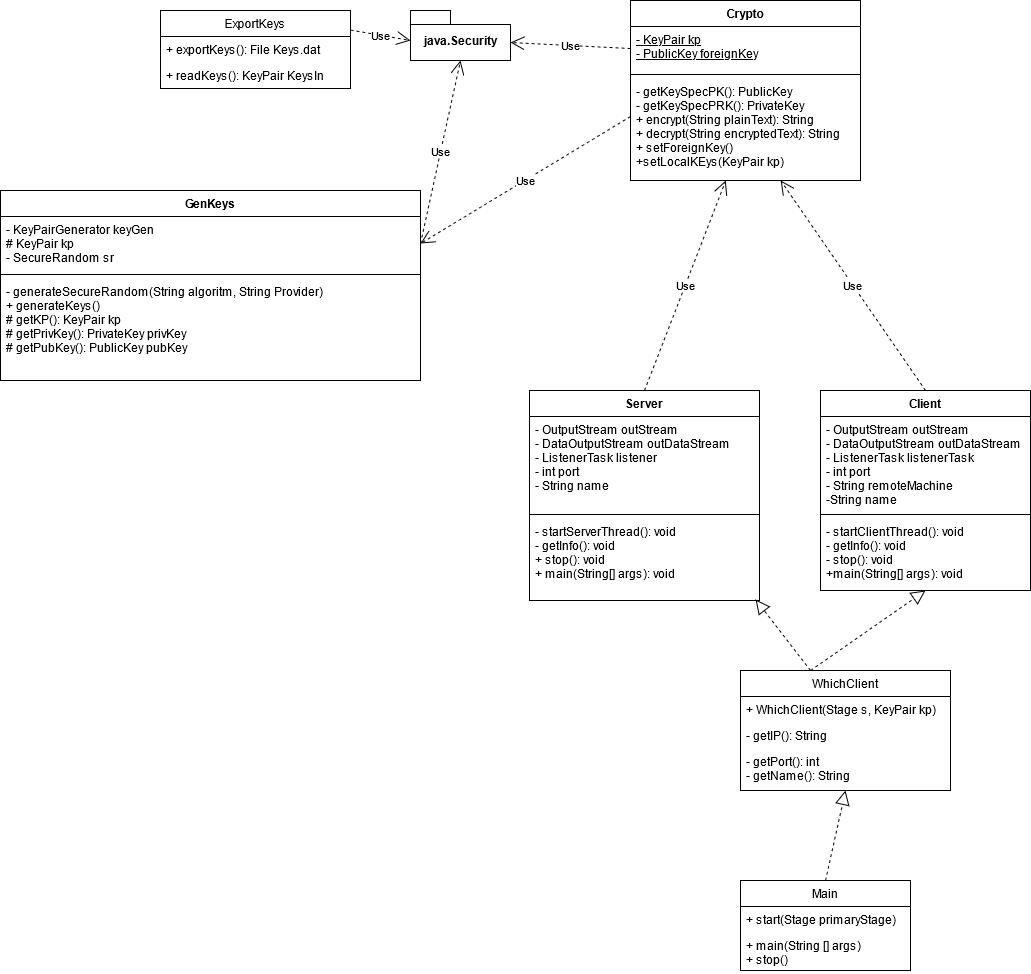
This is Planning/UML-Rev4.png from Proff-Dev-Grp13-SMS/SecureMessagingService, a draw.io export, as it was before one commit. Source tidied: cells renumbered, new cells last; positions are measured from the earlier drawing's top-left corner, leaving out a move shared by most shapes.
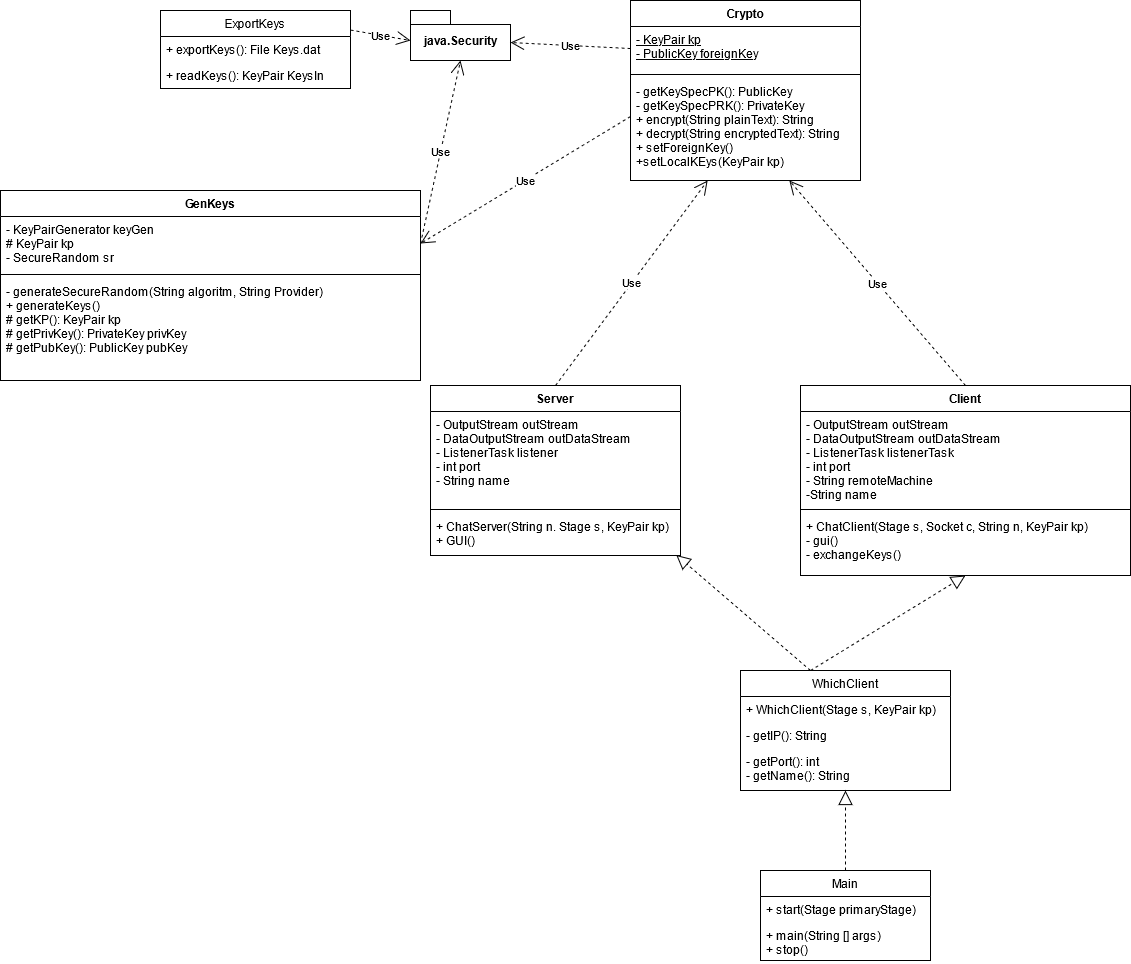
The same file after the commit.

Commit message:
Update UML-Rev4.png ChatClient and Server

Change to the diagram source:
```diff
@@ -15,28 +15,28 @@
       <mxGeometry y="88" width="420" height="102" as="geometry" />
     </mxCell>
     <mxCell id="6" value="Server" style="swimlane;fontStyle=1;align=center;verticalAlign=top;horizontal=1;startSize=26;" parent="1" vertex="1">
-      <mxGeometry x="529" y="390" width="230" height="210" as="geometry" />
+      <mxGeometry x="430" y="385" width="250" height="170" as="geometry" />
     </mxCell>
     <mxCell id="7" value="- OutputStream outStream&#10;- DataOutputStream outDataStream&#10;- ListenerTask listener&#10;- int port&#10;- String name&#10;&#10;&#10;" style="text;strokeColor=none;fillColor=none;align=left;verticalAlign=top;spacingLeft=4;spacingRight=4;overflow=hidden;" parent="6" vertex="1">
-      <mxGeometry y="26" width="230" height="94" as="geometry" />
+      <mxGeometry y="26" width="250" height="94" as="geometry" />
     </mxCell>
     <mxCell id="8" style="line;strokeWidth=1;fillColor=none;align=left;verticalAlign=middle;spacingTop=-1;spacingLeft=3;spacingRight=3;labelPosition=right;" parent="6" vertex="1">
-      <mxGeometry y="120" width="230" height="8" as="geometry" />
+      <mxGeometry y="120" width="250" height="8" as="geometry" />
     </mxCell>
-    <mxCell id="9" value="- startServerThread(): void&#10;- getInfo(): void&#10;+ stop(): void&#10;+ main(String[] args): void&#10;" style="text;strokeColor=none;fillColor=none;align=left;verticalAlign=top;spacingLeft=4;spacingRight=4;overflow=hidden;points=[[0,0.5],[1,0.5]];portConstraint=eastwest;" parent="6" vertex="1">
-      <mxGeometry y="128" width="230" height="82" as="geometry" />
+    <mxCell id="9" value="+ ChatServer(String n. Stage s, KeyPair kp)&#10;+ GUI()&#10;" style="text;strokeColor=none;fillColor=none;align=left;verticalAlign=top;spacingLeft=4;spacingRight=4;overflow=hidden;points=[[0,0.5],[1,0.5]];portConstraint=eastwest;" parent="6" vertex="1">
+      <mxGeometry y="128" width="250" height="42" as="geometry" />
     </mxCell>
     <mxCell id="10" value="Client" style="swimlane;fontStyle=1;align=center;verticalAlign=top;horizontal=1;startSize=26;" parent="1" vertex="1">
-      <mxGeometry x="820" y="390" width="210" height="200" as="geometry" />
+      <mxGeometry x="800" y="385" width="330" height="190" as="geometry" />
     </mxCell>
     <mxCell id="11" value="- OutputStream outStream&#10;- DataOutputStream outDataStream&#10;- ListenerTask listenerTask&#10;- int port&#10;- String remoteMachine&#10;-String name" style="text;strokeColor=none;fillColor=none;align=left;verticalAlign=top;spacingLeft=4;spacingRight=4;overflow=hidden;" parent="10" vertex="1">
-      <mxGeometry y="26" width="210" height="94" as="geometry" />
+      <mxGeometry y="26" width="330" height="94" as="geometry" />
     </mxCell>
     <mxCell id="12" style="line;strokeWidth=1;fillColor=none;align=left;verticalAlign=middle;spacingTop=-1;spacingLeft=3;spacingRight=3;labelPosition=right;" parent="10" vertex="1">
-      <mxGeometry y="120" width="210" height="8" as="geometry" />
+      <mxGeometry y="120" width="330" height="8" as="geometry" />
     </mxCell>
-    <mxCell id="13" value="- startClientThread(): void&#10;- getInfo(): void&#10;- stop(): void&#10;+main(String[] args): void&#10;" style="text;strokeColor=none;fillColor=none;align=left;verticalAlign=top;spacingLeft=4;spacingRight=4;overflow=hidden;" parent="10" vertex="1">
-      <mxGeometry y="128" width="210" height="72" as="geometry" />
+    <mxCell id="13" value="+ ChatClient(Stage s, Socket c, String n, KeyPair kp)&#10;- gui()&#10;- exchangeKeys()&#10;" style="text;strokeColor=none;fillColor=none;align=left;verticalAlign=top;spacingLeft=4;spacingRight=4;overflow=hidden;" parent="10" vertex="1">
+      <mxGeometry y="128" width="330" height="62" as="geometry" />
     </mxCell>
     <mxCell id="14" value="java.Security" style="shape=folder;fontStyle=1;spacingTop=10;tabWidth=40;tabHeight=14;tabPosition=left;html=1;" parent="1" vertex="1">
       <mxGeometry x="410" y="10" width="100" height="50" as="geometry" />
@@ -95,7 +95,7 @@
       <mxGeometry relative="1" as="geometry" />
     </mxCell>
     <mxCell id="30" value="Main" style="swimlane;fontStyle=0;horizontal=1;startSize=26;fillColor=none;" parent="1" vertex="1">
-      <mxGeometry x="740" y="880" width="170" height="90" as="geometry" />
+      <mxGeometry x="760" y="870" width="170" height="90" as="geometry" />
     </mxCell>
     <mxCell id="31" value="+ start(Stage primaryStage)" style="text;strokeColor=none;fillColor=none;align=left;verticalAlign=top;spacingLeft=4;spacingRight=4;overflow=hidden;" parent="30" vertex="1">
       <mxGeometry y="26" width="170" height="26" as="geometry" />
```
